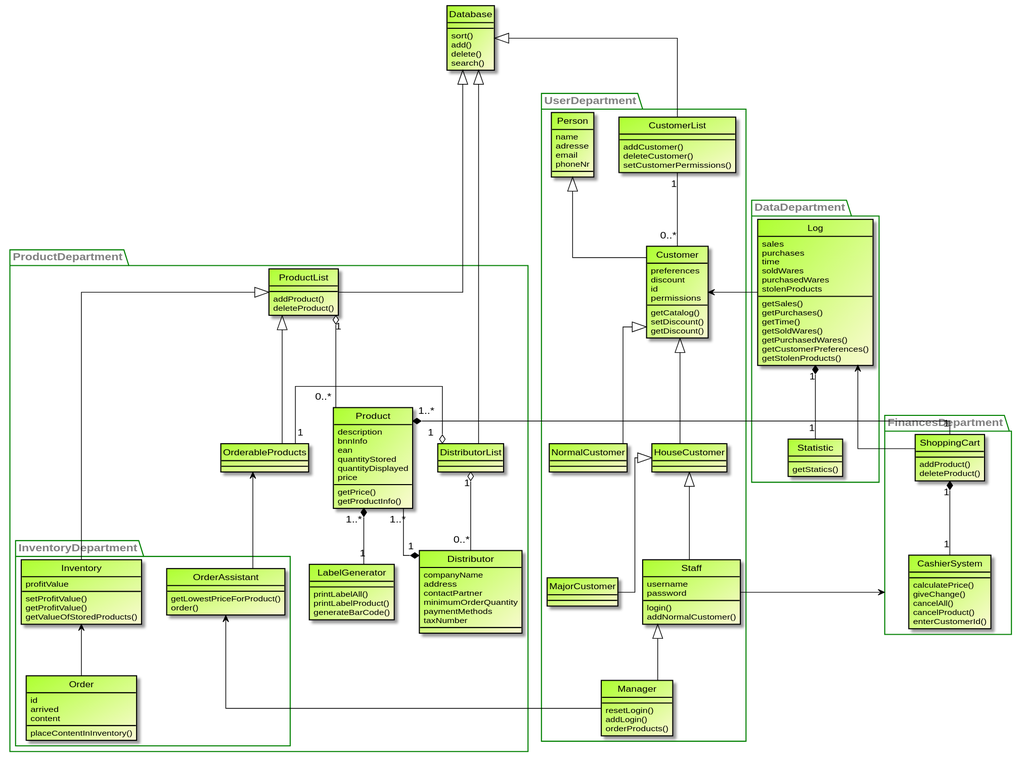
Before: src/main/asciidoc/models/analysis/ClassAnalysisDiagram.svg, a diagram exported from PlantUML (LimitlessGreen/swt18w43).
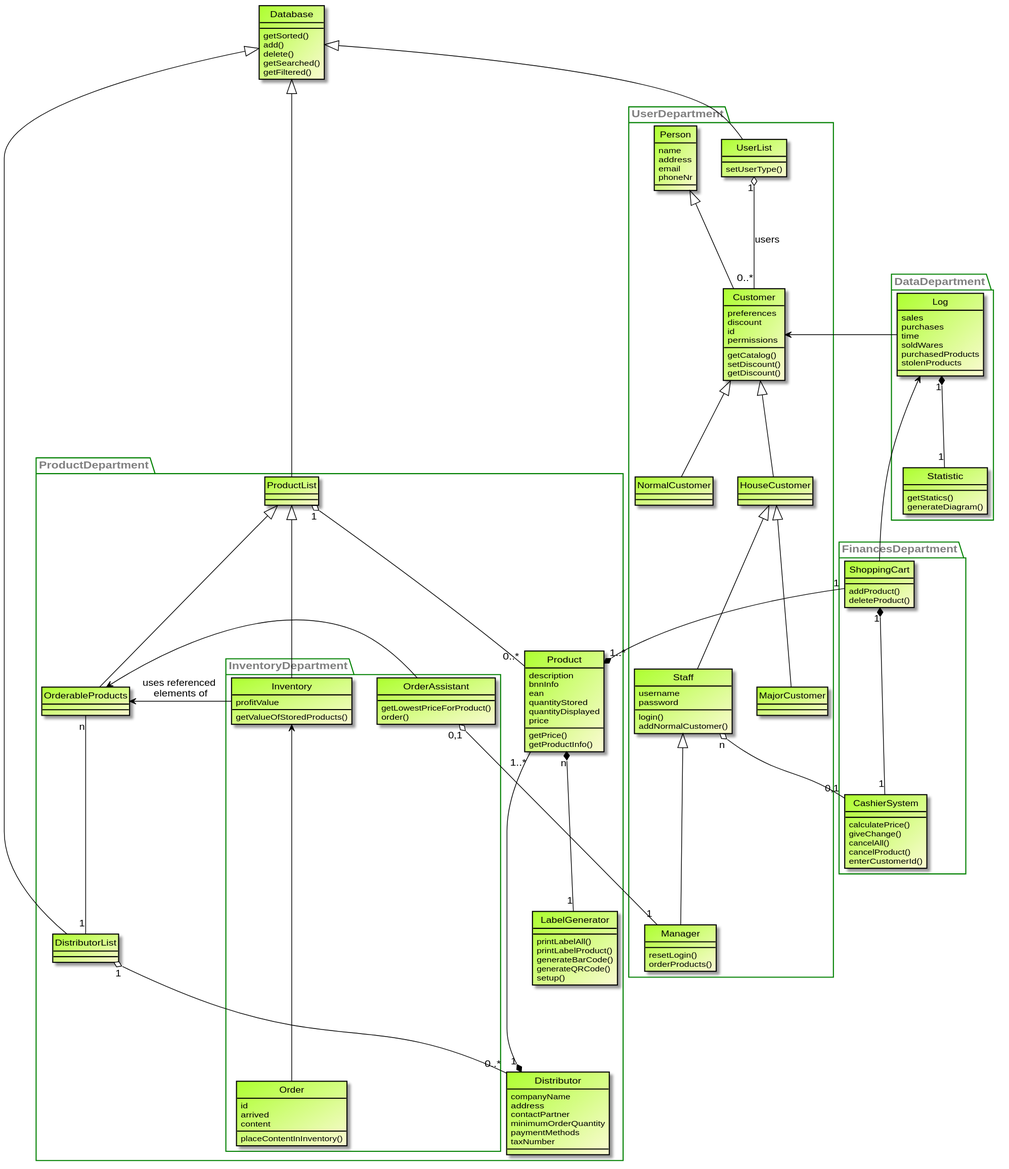
Above is the later version.

Diff of the diagram source:
```diff
@@ -1,5 +1,4 @@
 @startuml
-skinparam linetype ortho
 hide circle
 
 skinparam class {
@@ -15,23 +14,22 @@
 }
 
 class Database{
-    sort()
+    getSorted()
     add()
     delete()
-    search()
+    getSearched()
+    getFiltered()
 }
 
 package UserDepartment {
 
-class CustomerList{
-    addCustomer()
-    deleteCustomer()
-    setCustomerPermissions()
+class UserList{
+    setUserType()
 }
 
 class Person{
     name
-    adresse
+    address
     email
     phoneNr
 }
@@ -49,7 +47,6 @@
 
 class Manager{
     resetLogin()
-    addLogin()
     orderProducts()
 }
 
@@ -75,10 +72,10 @@
 }
 
 
-CustomerList "1" -- "0..*" Customer
-Database ^-- CustomerList
+UserList "1" o-- "0..*" Customer: users
+Database ^-- UserList
 
-Staff --> FinancesDepartment
+
 
 }
 
@@ -102,8 +99,7 @@
     }
 
     class ProductList{
-        addProduct()
-        deleteProduct()
+
     }
 
     class DistributorList{
@@ -118,6 +114,8 @@
         printLabelAll()
         printLabelProduct()
         generateBarCode()
+        generateQRCode()
+        setup()
     }
 
     class Distributor{
@@ -129,7 +127,7 @@
         taxNumber
     }
 
-    OrderableProducts "1" -left-o "1" DistributorList
+    OrderableProducts "n" -- "1" DistributorList
     DistributorList "1" o-- "0..*" Distributor
 
     Database ^-- DistributorList
@@ -139,10 +137,12 @@
 
     ProductList -up-^ Database
     ProductList "1" o-- "0..*" Product
-    Product "1..*" *-- "1" LabelGenerator
+    Product "n" *-- "1" LabelGenerator
     ProductList ^-- OrderableProducts
 
     Product "1..*" --* "1" Distributor
+
+
 
     package InventoryDepartment{
 
@@ -162,15 +162,13 @@
         class Inventory {
             profitValue
 
-            setProfitValue()
-            getProfitValue()
             getValueOfStoredProducts()
         }
 
         Order -up-> Inventory
         OrderableProducts <-- OrderAssistant
         ProductList ^-- Inventory
-        OrderAssistant <-- Manager
+        OrderAssistant "0,1" o-- "1" Manager
 
     }
 
@@ -184,21 +182,15 @@
         purchases
         time
         soldWares
-        purchasedWares
+        purchasedProducts
         stolenProducts
 
 
-        getSales()
-        getPurchases()
-        getTime()
-        getSoldWares()
-        getPurchasedWares()
-        getCustomerPreferences()
-        getStolenProducts()
     }
 
     class Statistic{
         getStatics()
+        generateDiagram()
     }
 
     Log "1" *-- "1" Statistic
@@ -233,5 +225,7 @@
 
 
 }
+Staff "n" o-- "0,1" CashierSystem
+Inventory --> OrderableProducts: uses referenced \nelements of
 
 @enduml
```
